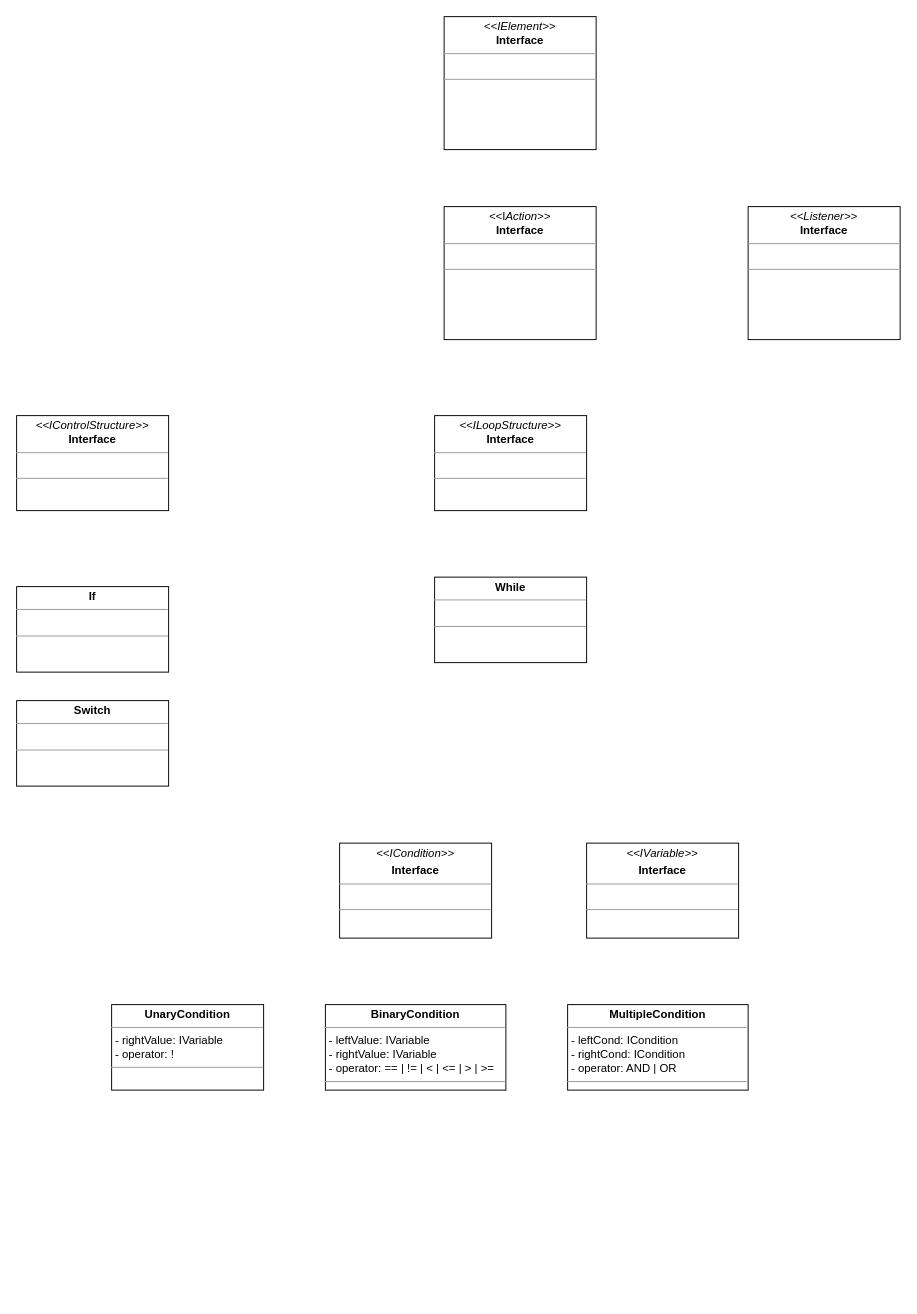
Before: doc/architecture/class diagram - 2.0.drawio in olileger/sequence, a draw.io diagram. Source tidied: cells renumbered, new cells numbered last; positions are measured from the earlier drawing's top-left corner, leaving out a move shared by most shapes. Both pictures are drawn from the tidied source at 95%, with x=0, y=0 at pixel (16, 16).
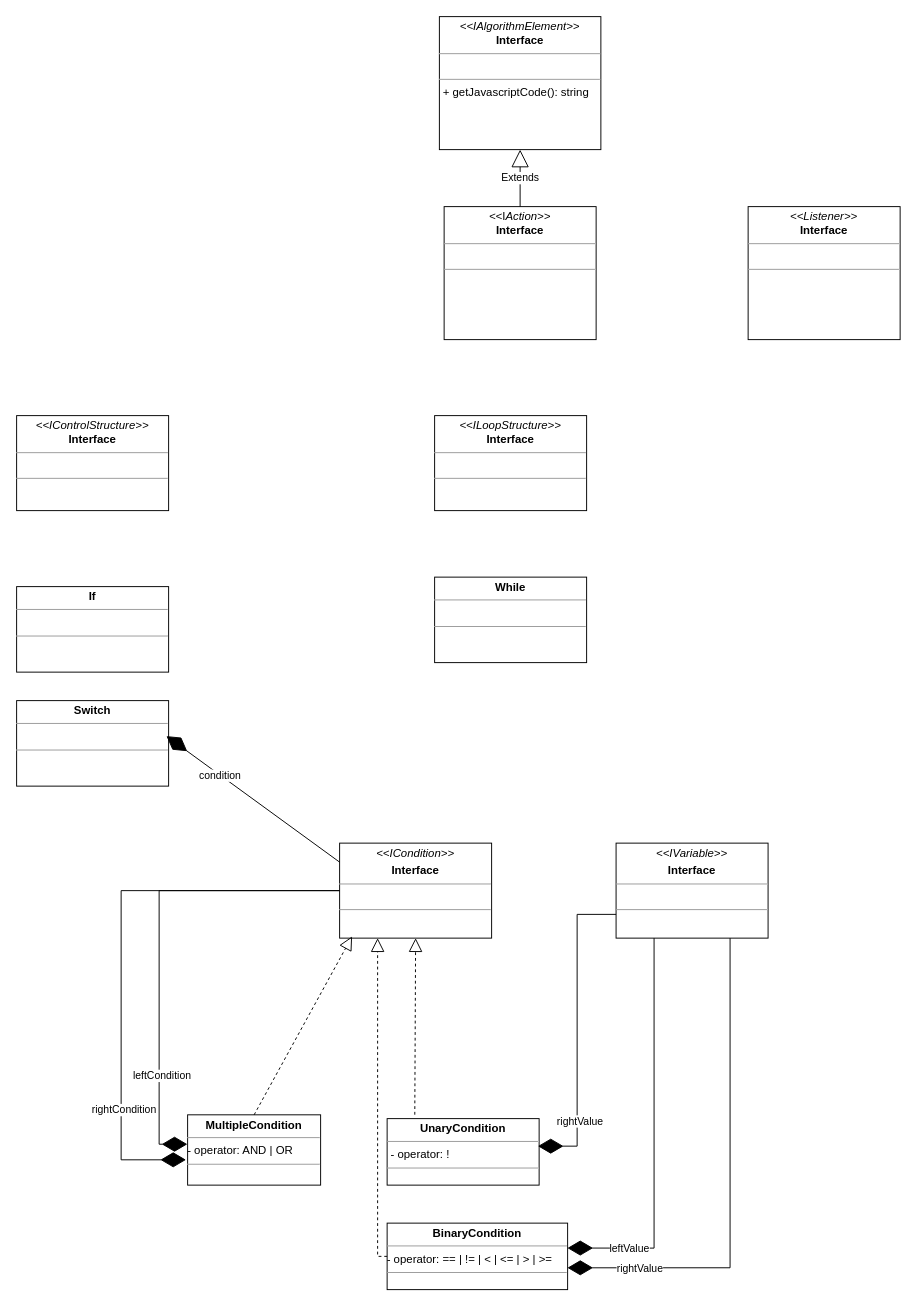
After the change.

Unchanged cells that the change refers to:
```xml
<mxCell id="3" value="&lt;p style=&quot;margin:0px;margin-top:4px;text-align:center;&quot;&gt;&lt;i&gt;&amp;lt;&amp;lt;&lt;/i&gt;I&lt;i&gt;Action&amp;gt;&amp;gt;&lt;/i&gt;&lt;br&gt;&lt;b&gt;Interface&lt;/b&gt;&lt;/p&gt;&lt;hr size=&quot;1&quot;&gt;&lt;p style=&quot;margin:0px;margin-left:4px;&quot;&gt;&lt;br&gt;&lt;/p&gt;&lt;hr size=&quot;1&quot;&gt;&lt;p style=&quot;margin:0px;margin-left:4px;&quot;&gt;&lt;br&gt;&lt;/p&gt;" style="verticalAlign=top;align=left;overflow=fill;fontSize=12;fontFamily=Helvetica;html=1;" parent="1" vertex="1">
  <mxGeometry x="450" y="200" width="160" height="140" as="geometry" />
</mxCell>
<mxCell id="8" value="&lt;p style=&quot;margin:0px;margin-top:4px;text-align:center;&quot;&gt;&lt;b&gt;Switch&lt;/b&gt;&lt;/p&gt;&lt;hr size=&quot;1&quot;&gt;&lt;p style=&quot;margin:0px;margin-left:4px;&quot;&gt;&lt;br&gt;&lt;/p&gt;&lt;hr size=&quot;1&quot;&gt;&lt;p style=&quot;margin:0px;margin-left:4px;&quot;&gt;&lt;br&gt;&lt;/p&gt;" style="verticalAlign=top;align=left;overflow=fill;fontSize=12;fontFamily=Helvetica;html=1;" parent="1" vertex="1">
  <mxGeometry y="720" width="160" height="90" as="geometry" />
</mxCell>
<mxCell id="10" value="&lt;p style=&quot;margin:0px;margin-top:4px;text-align:center;&quot;&gt;&lt;i&gt;&amp;lt;&amp;lt;ICondition&amp;gt;&amp;gt;&lt;/i&gt;&lt;/p&gt;&lt;p style=&quot;margin:0px;margin-top:4px;text-align:center;&quot;&gt;&lt;b&gt;Interface&lt;br&gt;&lt;/b&gt;&lt;/p&gt;&lt;hr size=&quot;1&quot;&gt;&lt;p style=&quot;margin:0px;margin-left:4px;&quot;&gt;&lt;br&gt;&lt;/p&gt;&lt;hr size=&quot;1&quot;&gt;&lt;p style=&quot;margin:0px;margin-left:4px;&quot;&gt;&lt;br&gt;&lt;/p&gt;" style="verticalAlign=top;align=left;overflow=fill;fontSize=12;fontFamily=Helvetica;html=1;" parent="1" vertex="1">
  <mxGeometry x="340" y="870" width="160" height="100" as="geometry" />
</mxCell>
```

The edit, as a diff of the source:
```diff
@@
-    <mxCell id="2" value="&lt;p style=&quot;margin:0px;margin-top:4px;text-align:center;&quot;&gt;&lt;i&gt;&amp;lt;&amp;lt;IElement&amp;gt;&amp;gt;&lt;/i&gt;&lt;br&gt;&lt;b&gt;Interface&lt;/b&gt;&lt;/p&gt;&lt;hr size=&quot;1&quot;&gt;&lt;p style=&quot;margin:0px;margin-left:4px;&quot;&gt;&lt;br&gt;&lt;/p&gt;&lt;hr size=&quot;1&quot;&gt;&lt;p style=&quot;margin:0px;margin-left:4px;&quot;&gt;&lt;br&gt;&lt;/p&gt;" style="verticalAlign=top;align=left;overflow=fill;fontSize=12;fontFamily=Helvetica;html=1;" parent="1" vertex="1">
-      <mxGeometry x="450" width="160" height="140" as="geometry" />
+    <mxCell id="2" value="&lt;p style=&quot;margin:0px;margin-top:4px;text-align:center;&quot;&gt;&lt;i&gt;&amp;lt;&amp;lt;IAlgorithmElement&amp;gt;&amp;gt;&lt;/i&gt;&lt;br&gt;&lt;b&gt;Interface&lt;/b&gt;&lt;/p&gt;&lt;hr size=&quot;1&quot;&gt;&lt;p style=&quot;margin:0px;margin-left:4px;&quot;&gt;&lt;br&gt;&lt;/p&gt;&lt;hr size=&quot;1&quot;&gt;&lt;p style=&quot;margin:0px;margin-left:4px;&quot;&gt;+ getJavascriptCode(): string&lt;br&gt;&lt;/p&gt;" style="verticalAlign=top;align=left;overflow=fill;fontSize=12;fontFamily=Helvetica;html=1;" parent="1" vertex="1">
+      <mxGeometry x="445" width="170" height="140" as="geometry" />
     </mxCell>
@@
-    <mxCell id="11" value="&lt;p style=&quot;margin:0px;margin-top:4px;text-align:center;&quot;&gt;&lt;b&gt;UnaryCondition&lt;/b&gt;&lt;/p&gt;&lt;hr size=&quot;1&quot;&gt;&lt;p style=&quot;margin:0px;margin-left:4px;&quot;&gt;- rightValue: IVariable&lt;/p&gt;&lt;p style=&quot;margin:0px;margin-left:4px;&quot;&gt;- operator: !&lt;br&gt;&lt;/p&gt;&lt;hr size=&quot;1&quot;&gt;&lt;p style=&quot;margin:0px;margin-left:4px;&quot;&gt;&lt;br&gt;&lt;/p&gt;" style="verticalAlign=top;align=left;overflow=fill;fontSize=12;fontFamily=Helvetica;html=1;" parent="1" vertex="1">
-      <mxGeometry x="100" y="1040" width="160" height="90" as="geometry" />
+    <mxCell id="11" value="&lt;p style=&quot;margin:0px;margin-top:4px;text-align:center;&quot;&gt;&lt;b&gt;UnaryCondition&lt;/b&gt;&lt;/p&gt;&lt;hr size=&quot;1&quot;&gt;&lt;p style=&quot;margin:0px;margin-left:4px;&quot;&gt;- operator: !&lt;br&gt;&lt;/p&gt;&lt;hr size=&quot;1&quot;&gt;&lt;p style=&quot;margin:0px;margin-left:4px;&quot;&gt;&lt;br&gt;&lt;/p&gt;" style="verticalAlign=top;align=left;overflow=fill;fontSize=12;fontFamily=Helvetica;html=1;" parent="1" vertex="1">
+      <mxGeometry x="390" y="1160" width="160" height="70" as="geometry" />
     </mxCell>
     <mxCell id="12" value="&lt;p style=&quot;margin:0px;margin-top:4px;text-align:center;&quot;&gt;&lt;i&gt;&amp;lt;&amp;lt;IVariable&amp;gt;&amp;gt;&lt;/i&gt;&lt;/p&gt;&lt;p style=&quot;margin:0px;margin-top:4px;text-align:center;&quot;&gt;&lt;b&gt;Interface&lt;br&gt;&lt;/b&gt;&lt;/p&gt;&lt;hr size=&quot;1&quot;&gt;&lt;p style=&quot;margin:0px;margin-left:4px;&quot;&gt;&lt;br&gt;&lt;/p&gt;&lt;hr size=&quot;1&quot;&gt;&lt;p style=&quot;margin:0px;margin-left:4px;&quot;&gt;&lt;br&gt;&lt;/p&gt;" style="verticalAlign=top;align=left;overflow=fill;fontSize=12;fontFamily=Helvetica;html=1;" parent="1" vertex="1">
-      <mxGeometry x="600" y="870" width="160" height="100" as="geometry" />
+      <mxGeometry x="631" y="870" width="160" height="100" as="geometry" />
     </mxCell>
-    <mxCell id="13" value="&lt;p style=&quot;margin:0px;margin-top:4px;text-align:center;&quot;&gt;&lt;b&gt;BinaryCondition&lt;/b&gt;&lt;/p&gt;&lt;hr size=&quot;1&quot;&gt;&lt;p style=&quot;margin:0px;margin-left:4px;&quot;&gt;- leftValue: IVariable&lt;br&gt;&lt;/p&gt;&lt;p style=&quot;margin:0px;margin-left:4px;&quot;&gt;- rightValue: IVariable&lt;/p&gt;&lt;p style=&quot;margin:0px;margin-left:4px;&quot;&gt;- operator: == | != | &amp;lt; | &amp;lt;= | &amp;gt; | &amp;gt;=&lt;br&gt;&lt;/p&gt;&lt;hr size=&quot;1&quot;&gt;&lt;p style=&quot;margin:0px;margin-left:4px;&quot;&gt;&lt;br&gt;&lt;/p&gt;" style="verticalAlign=top;align=left;overflow=fill;fontSize=12;fontFamily=Helvetica;html=1;" parent="1" vertex="1">
-      <mxGeometry x="325" y="1040" width="190" height="90" as="geometry" />
+    <mxCell id="13" value="&lt;p style=&quot;margin:0px;margin-top:4px;text-align:center;&quot;&gt;&lt;b&gt;BinaryCondition&lt;/b&gt;&lt;/p&gt;&lt;hr size=&quot;1&quot;&gt;- operator: == | != | &amp;lt; | &amp;lt;= | &amp;gt; | &amp;gt;=&lt;br&gt;&lt;hr size=&quot;1&quot;&gt;&lt;p style=&quot;margin:0px;margin-left:4px;&quot;&gt;&lt;br&gt;&lt;/p&gt;" style="verticalAlign=top;align=left;overflow=fill;fontSize=12;fontFamily=Helvetica;html=1;" parent="1" vertex="1">
+      <mxGeometry x="390" y="1270" width="190" height="70" as="geometry" />
     </mxCell>
-    <mxCell id="14" value="&lt;p style=&quot;margin:0px;margin-top:4px;text-align:center;&quot;&gt;&lt;b&gt;MultipleCondition&lt;/b&gt;&lt;/p&gt;&lt;hr size=&quot;1&quot;&gt;&lt;p style=&quot;margin:0px;margin-left:4px;&quot;&gt;- leftCond: ICondition&lt;br&gt;&lt;/p&gt;&lt;p style=&quot;margin:0px;margin-left:4px;&quot;&gt;- rightCond: ICondition&lt;/p&gt;&lt;p style=&quot;margin:0px;margin-left:4px;&quot;&gt;- operator: AND | OR&lt;br&gt;&lt;/p&gt;&lt;hr size=&quot;1&quot;&gt;&lt;p style=&quot;margin:0px;margin-left:4px;&quot;&gt;&lt;br&gt;&lt;/p&gt;" style="verticalAlign=top;align=left;overflow=fill;fontSize=12;fontFamily=Helvetica;html=1;" parent="1" vertex="1">
-      <mxGeometry x="580" y="1040" width="190" height="90" as="geometry" />
+    <mxCell id="14" value="&lt;p style=&quot;margin:0px;margin-top:4px;text-align:center;&quot;&gt;&lt;b&gt;MultipleCondition&lt;/b&gt;&lt;/p&gt;&lt;hr size=&quot;1&quot;&gt;- operator: AND | OR&lt;br&gt;&lt;hr size=&quot;1&quot;&gt;&lt;p style=&quot;margin:0px;margin-left:4px;&quot;&gt;&lt;br&gt;&lt;/p&gt;" style="verticalAlign=top;align=left;overflow=fill;fontSize=12;fontFamily=Helvetica;html=1;" parent="1" vertex="1">
+      <mxGeometry x="180" y="1156" width="140" height="74" as="geometry" />
     </mxCell>
+    <mxCell id="15" style="endArrow=diamondThin;endFill=1;endSize=24;html=1;rounded=0;exitX=0;exitY=0.5;exitDx=0;exitDy=0;entryX=-0.002;entryY=0.418;entryDx=0;entryDy=0;entryPerimeter=0;edgeStyle=elbowEdgeStyle;" parent="1" edge="1" source="10" target="14">
+      <mxGeometry relative="1" as="geometry">
+        <Array as="points">
+          <mxPoint x="150" y="1050" />
+        </Array>
+      </mxGeometry>
+    </mxCell>
+    <mxCell id="16" value="leftCondition" style="edgeLabel;html=1;align=center;verticalAlign=middle;" parent="15" vertex="1">
+      <mxGeometry x="0.58" y="2" relative="1" as="geometry" />
+    </mxCell>
+    <mxCell id="17" style="endArrow=diamondThin;endFill=1;endSize=24;html=1;rounded=0;exitX=0;exitY=0.5;exitDx=0;exitDy=0;entryX=-0.012;entryY=0.64;entryDx=0;entryDy=0;entryPerimeter=0;edgeStyle=elbowEdgeStyle;" parent="1" edge="1" source="10" target="14">
+      <mxGeometry relative="1" as="geometry">
+        <Array as="points">
+          <mxPoint x="110" y="1080" />
+        </Array>
+      </mxGeometry>
+    </mxCell>
+    <mxCell id="18" value="rightCondition" style="edgeLabel;html=1;align=center;verticalAlign=middle;" parent="17" vertex="1">
+      <mxGeometry x="0.58" y="2" relative="1" as="geometry" />
+    </mxCell>
+    <mxCell id="19" style="endArrow=block;dashed=1;endFill=0;endSize=12;html=1;rounded=0;exitX=0.5;exitY=0;exitDx=0;exitDy=0;entryX=0.082;entryY=0.982;entryDx=0;entryDy=0;entryPerimeter=0;" parent="1" edge="1" source="14" target="10">
+      <mxGeometry relative="1" as="geometry" />
+    </mxCell>
+    <mxCell id="20" style="endArrow=block;dashed=1;endFill=0;endSize=12;html=1;rounded=0;exitX=0.182;exitY=-0.059;exitDx=0;exitDy=0;entryX=0.5;entryY=1;entryDx=0;entryDy=0;exitPerimeter=0;" parent="1" edge="1" source="11" target="10">
+      <mxGeometry relative="1" as="geometry" />
+    </mxCell>
+    <mxCell id="21" style="endArrow=block;dashed=1;endFill=0;endSize=12;html=1;rounded=0;exitX=0;exitY=0.5;exitDx=0;exitDy=0;edgeStyle=elbowEdgeStyle;" parent="1" edge="1" source="13">
+      <mxGeometry relative="1" as="geometry">
+        <mxPoint x="380" y="970" as="targetPoint" />
+        <Array as="points">
+          <mxPoint x="380" y="1140" />
+        </Array>
+      </mxGeometry>
+    </mxCell>
+    <mxCell id="22" style="endArrow=diamondThin;endFill=1;endSize=24;html=1;rounded=0;exitX=0;exitY=0.75;exitDx=0;exitDy=0;entryX=0.992;entryY=0.414;entryDx=0;entryDy=0;entryPerimeter=0;edgeStyle=elbowEdgeStyle;" parent="1" edge="1" source="12" target="11">
+      <mxGeometry relative="1" as="geometry">
+        <Array as="points">
+          <mxPoint x="590" y="1070" />
+        </Array>
+      </mxGeometry>
+    </mxCell>
+    <mxCell id="23" value="rightValue" style="edgeLabel;html=1;align=center;verticalAlign=middle;" parent="22" vertex="1">
+      <mxGeometry x="0.58" y="2" relative="1" as="geometry" />
+    </mxCell>
+    <mxCell id="24" style="endArrow=diamondThin;endFill=1;endSize=24;html=1;rounded=0;exitX=0.25;exitY=1;exitDx=0;exitDy=0;entryX=0.999;entryY=0.375;entryDx=0;entryDy=0;entryPerimeter=0;edgeStyle=orthogonalEdgeStyle;" parent="1" edge="1" source="12" target="13">
+      <mxGeometry relative="1" as="geometry" />
+    </mxCell>
+    <mxCell id="25" value="leftValue" style="edgeLabel;html=1;align=center;verticalAlign=middle;" parent="24" vertex="1">
+      <mxGeometry x="0.69" relative="1" as="geometry" />
+    </mxCell>
+    <mxCell id="26" style="endArrow=diamondThin;endFill=1;endSize=24;html=1;rounded=0;exitX=0.75;exitY=1;exitDx=0;exitDy=0;entryX=0.999;entryY=0.672;entryDx=0;entryDy=0;edgeStyle=orthogonalEdgeStyle;entryPerimeter=0;" parent="1" edge="1" source="12" target="13">
+      <mxGeometry relative="1" as="geometry" />
+    </mxCell>
+    <mxCell id="27" value="rightValue" style="edgeLabel;html=1;align=center;verticalAlign=middle;" parent="26" vertex="1">
+      <mxGeometry x="0.71" relative="1" as="geometry" />
+    </mxCell>
+    <mxCell id="28" style="edgeStyle=orthogonalEdgeStyle;rounded=0;orthogonalLoop=1;jettySize=auto;html=1;exitX=0.5;exitY=1;exitDx=0;exitDy=0;" parent="1" edge="1" source="13" target="13">
+      <mxGeometry relative="1" as="geometry" />
+    </mxCell>
+    <mxCell id="29" style="endArrow=diamondThin;endFill=1;endSize=24;html=1;rounded=0;entryX=0.986;entryY=0.415;entryDx=0;entryDy=0;entryPerimeter=0;" parent="1" edge="1" target="8">
+      <mxGeometry relative="1" as="geometry">
+        <mxPoint x="340" y="890" as="sourcePoint" />
+      </mxGeometry>
+    </mxCell>
+    <mxCell id="30" value="condition" style="edgeLabel;html=1;align=center;verticalAlign=middle;" parent="29" vertex="1">
+      <mxGeometry x="0.39" y="1" relative="1" as="geometry">
+        <mxPoint x="1" as="offset" />
+      </mxGeometry>
+    </mxCell>
+    <mxCell id="31" value="Extends" style="endArrow=block;endSize=16;endFill=0;html=1;rounded=0;entryX=0.5;entryY=1;entryDx=0;entryDy=0;exitX=0.5;exitY=0;exitDx=0;exitDy=0;" parent="1" edge="1" source="3" target="2">
+      <mxGeometry relative="1" as="geometry" />
+    </mxCell>
```
